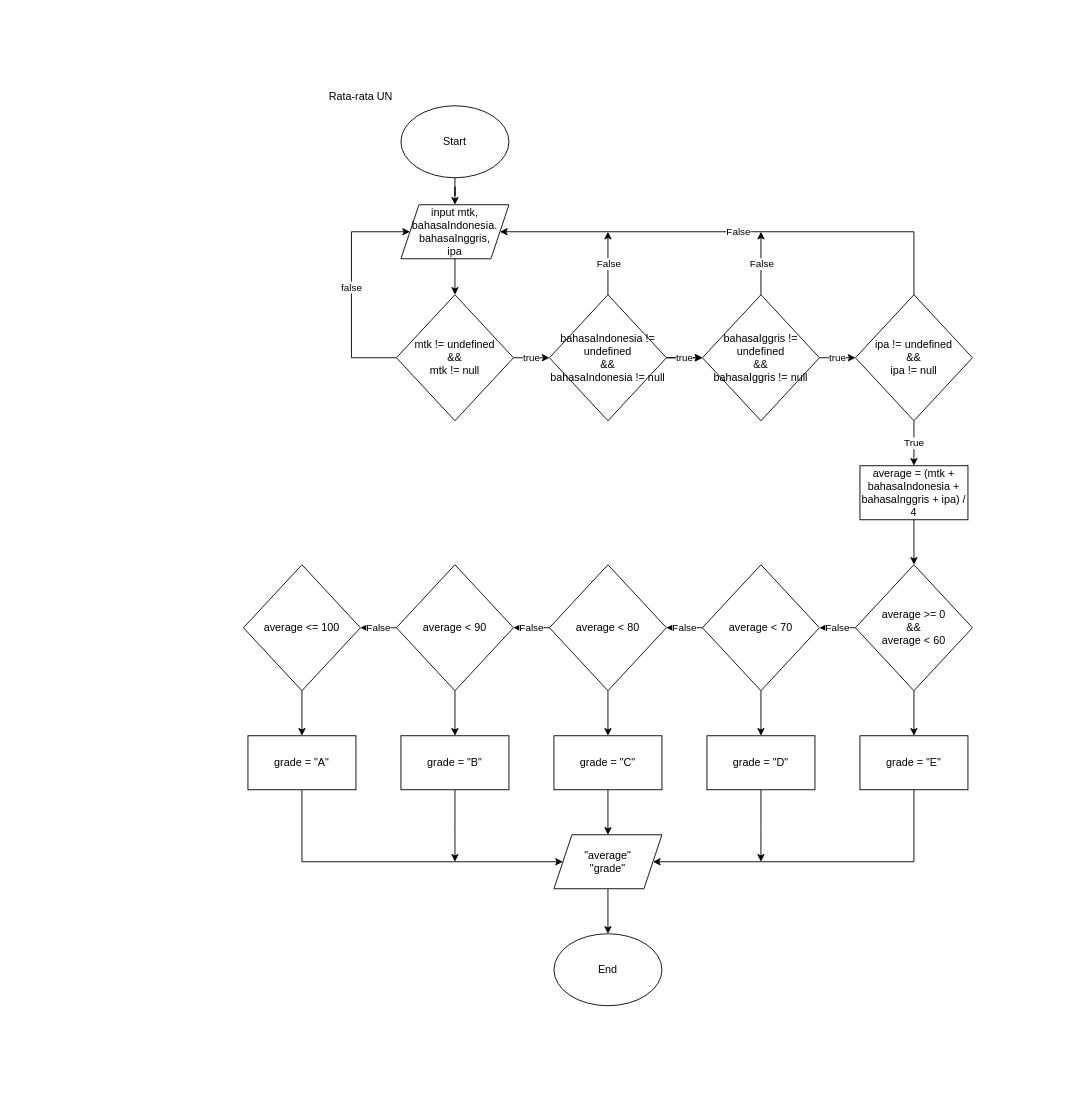
7shiroi/fw5-additional-flowchart keeps this draw.io diagram as average.drawio. Above is the earlier version. Source tidied: cells renumbered, new cells numbered last; positions are measured from the earlier drawing's top-left corner, leaving out a move shared by most shapes. Both pictures are drawn from the tidied source at 90%, with x=0, y=0 at pixel (243, 87).
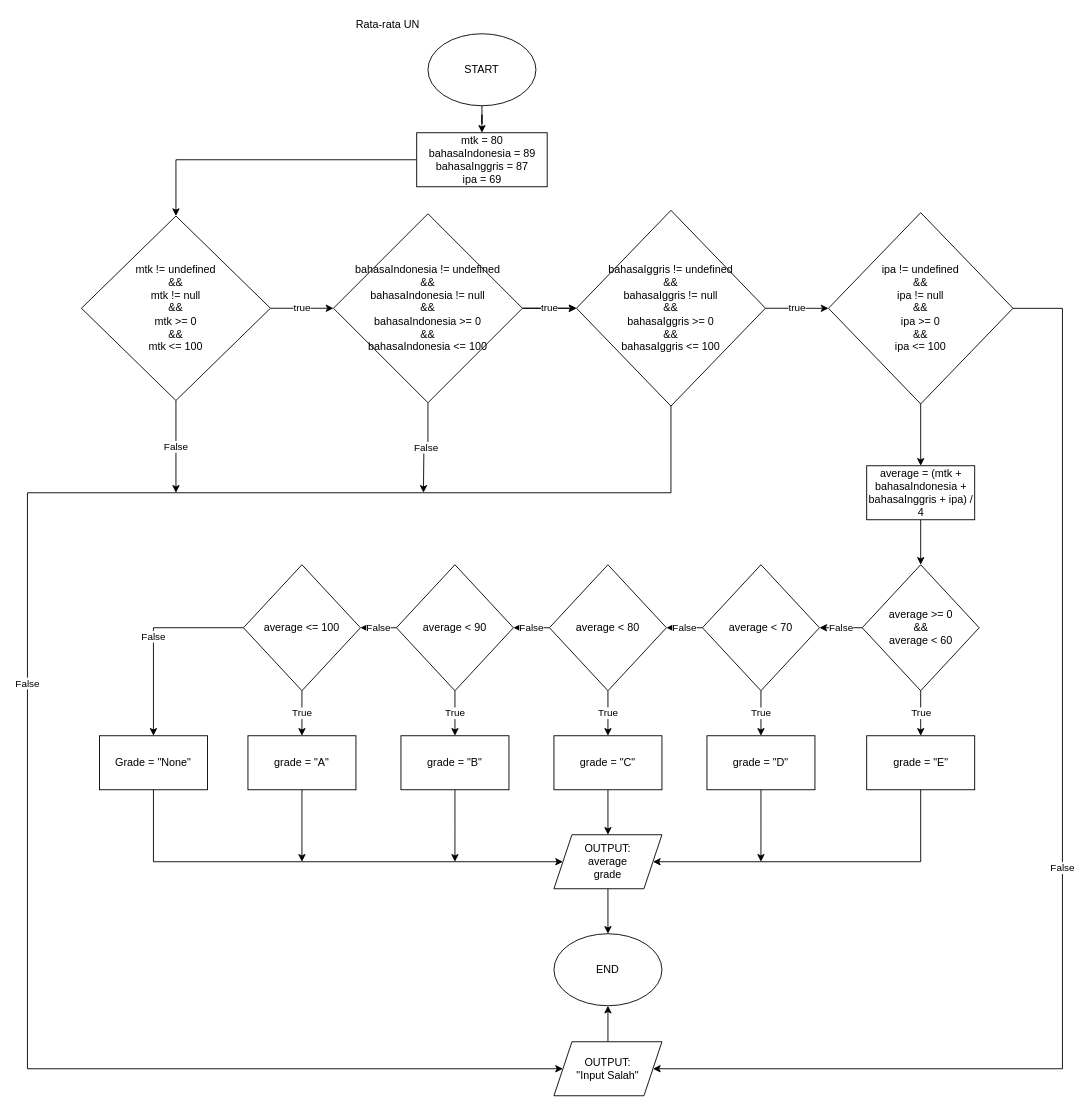
The same page after the edit.

Commit message (it also covers changes not shown here):
update after presentation

Unchanged cells that the change refers to:
```xml
<mxCell id="27" value="average &amp;lt; 70" style="rhombus;whiteSpace=wrap;html=1;" parent="1" vertex="1">
  <mxGeometry x="510" y="530" width="130" height="140" as="geometry" />
</mxCell>
<mxCell id="30" value="average &amp;lt; 80" style="rhombus;whiteSpace=wrap;html=1;" parent="1" vertex="1">
  <mxGeometry x="340" y="530" width="130" height="140" as="geometry" />
</mxCell>
<mxCell id="33" value="average &amp;lt; 90" style="rhombus;whiteSpace=wrap;html=1;" parent="1" vertex="1">
  <mxGeometry x="170" y="530" width="130" height="140" as="geometry" />
</mxCell>
<mxCell id="35" value="average &amp;lt;= 100" style="rhombus;whiteSpace=wrap;html=1;" parent="1" vertex="1">
  <mxGeometry y="530" width="130" height="140" as="geometry" />
</mxCell>
<mxCell id="39" value="grade = &quot;C&quot;" style="rounded=0;whiteSpace=wrap;html=1;" parent="1" vertex="1">
  <mxGeometry x="345" y="720" width="120" height="60" as="geometry" />
</mxCell>
<mxCell id="41" value="grade = &quot;D&quot;" style="rounded=0;whiteSpace=wrap;html=1;" parent="1" vertex="1">
  <mxGeometry x="515" y="720" width="120" height="60" as="geometry" />
</mxCell>
<mxCell id="43" value="grade = &quot;B&quot;" style="rounded=0;whiteSpace=wrap;html=1;" parent="1" vertex="1">
  <mxGeometry x="175" y="720" width="120" height="60" as="geometry" />
</mxCell>
<mxCell id="45" value="grade = &quot;A&quot;" style="rounded=0;whiteSpace=wrap;html=1;" parent="1" vertex="1">
  <mxGeometry x="5" y="720" width="120" height="60" as="geometry" />
</mxCell>
```

What changed in the source:
```diff
@@
-    <mxCell id="2" style="edgeStyle=orthogonalEdgeStyle;rounded=0;jettySize=auto;html=1;" parent="1" edge="1" source="3" target="7">
+    <mxCell id="2" style="edgeStyle=orthogonalEdgeStyle;rounded=0;jettySize=auto;html=1;" parent="1" edge="1" source="3" target="59">
       <mxGeometry relative="1" as="geometry" />
     </mxCell>
-    <mxCell id="3" value="Start" style="ellipse;whiteSpace=wrap;html=1;" parent="1" vertex="1">
-      <mxGeometry x="175" y="20" width="120" height="80" as="geometry" />
+    <mxCell id="3" value="START" style="ellipse;whiteSpace=wrap;html=1;" parent="1" vertex="1">
+      <mxGeometry x="205" y="-60" width="120" height="80" as="geometry" />
     </mxCell>
     <mxCell id="4" value="Rata-rata UN" style="text;html=1;align=center;verticalAlign=middle;strokeColor=none;fillColor=none;" parent="1" vertex="1">
-      <mxGeometry x="85" width="90" height="20" as="geometry" />
+      <mxGeometry x="115" y="-80" width="90" height="20" as="geometry" />
     </mxCell>
@@
     <mxCell id="6" value="average = (mtk + bahasaIndonesia + bahasaInggris + ipa) / 4" style="whiteSpace=wrap;html=1;" parent="1" vertex="1">
-      <mxGeometry x="685" y="420" width="120" height="60" as="geometry" />
+      <mxGeometry x="692.5" y="420" width="120" height="60" as="geometry" />
     </mxCell>
-    <mxCell id="7" value="input mtk, bahasaIndonesia. bahasaInggris,&lt;br&gt;ipa" style="shape=parallelogram;perimeter=parallelogramPerimeter;whiteSpace=wrap;html=1;fixedSize=1;" parent="1" vertex="1">
-      <mxGeometry x="175" y="130" width="120" height="60" as="geometry" />
-    </mxCell>
@@
-    <mxCell id="9" value="false" style="edgeStyle=orthogonalEdgeStyle;rounded=0;jettySize=auto;html=1;" parent="1" edge="1" source="10" target="7">
-      <mxGeometry relative="1" as="geometry">
-        <Array as="points">
-          <mxPoint x="120" y="300" />
-          <mxPoint x="120" y="160" />
-        </Array>
-      </mxGeometry>
-    </mxCell>
+    <mxCell id="49" value="False" style="edgeStyle=orthogonalEdgeStyle;rounded=0;jettySize=auto;html=1;" parent="1" edge="1" source="10">
+      <mxGeometry relative="1" as="geometry">
+        <mxPoint x="-75" y="450" as="targetPoint" />
+      </mxGeometry>
+    </mxCell>
-    <mxCell id="10" value="mtk != undefined &lt;br&gt;&amp;amp;&amp;amp; &lt;br&gt;mtk != null" style="rhombus;whiteSpace=wrap;html=1;" parent="1" vertex="1">
-      <mxGeometry x="170" y="230" width="130" height="140" as="geometry" />
+    <mxCell id="10" value="mtk != undefined &lt;br&gt;&amp;amp;&amp;amp; &lt;br&gt;mtk != null&lt;br&gt;&amp;amp;&amp;amp;&lt;br&gt;mtk &amp;gt;= 0&lt;br&gt;&amp;amp;&amp;amp;&lt;br&gt;mtk &amp;lt;= 100" style="rhombus;whiteSpace=wrap;html=1;" parent="1" vertex="1">
+      <mxGeometry x="-180" y="142.5" width="210" height="205" as="geometry" />
     </mxCell>
@@
-    <mxCell id="13" value="False" style="edgeStyle=orthogonalEdgeStyle;rounded=0;jettySize=auto;html=1;" parent="1" edge="1" source="14">
-      <mxGeometry relative="1" as="geometry">
-        <mxPoint x="405" y="160" as="targetPoint" />
-      </mxGeometry>
-    </mxCell>
+    <mxCell id="50" value="False" style="edgeStyle=orthogonalEdgeStyle;rounded=0;jettySize=auto;html=1;" parent="1" edge="1" source="14">
+      <mxGeometry relative="1" as="geometry">
+        <mxPoint x="200" y="450" as="targetPoint" />
+      </mxGeometry>
+    </mxCell>
-    <mxCell id="14" value="bahasaIndonesia != undefined &lt;br&gt;&amp;amp;&amp;amp; &lt;br&gt;bahasaIndonesia&amp;nbsp;!= null" style="rhombus;whiteSpace=wrap;html=1;" parent="1" vertex="1">
-      <mxGeometry x="340" y="230" width="130" height="140" as="geometry" />
+    <mxCell id="14" value="bahasaIndonesia != undefined &lt;br&gt;&amp;amp;&amp;amp; &lt;br&gt;bahasaIndonesia&amp;nbsp;!= null&lt;br&gt;&amp;amp;&amp;amp;&lt;br&gt;bahasaIndonesia&amp;nbsp;&amp;gt;= 0&lt;br&gt;&amp;amp;&amp;amp;&lt;br&gt;bahasaIndonesia&amp;nbsp;&amp;lt;= 100" style="rhombus;whiteSpace=wrap;html=1;" parent="1" vertex="1">
+      <mxGeometry x="100" y="140" width="210" height="210" as="geometry" />
     </mxCell>
@@
-    <mxCell id="16" value="False" style="edgeStyle=orthogonalEdgeStyle;rounded=0;jettySize=auto;html=1;" parent="1" edge="1" source="17">
-      <mxGeometry relative="1" as="geometry">
-        <mxPoint x="575" y="160" as="targetPoint" />
-      </mxGeometry>
-    </mxCell>
-    <mxCell id="17" value="bahasaIggris != undefined &lt;br&gt;&amp;amp;&amp;amp; &lt;br&gt;bahasaIggris != null" style="rhombus;whiteSpace=wrap;html=1;" parent="1" vertex="1">
-      <mxGeometry x="510" y="230" width="130" height="140" as="geometry" />
-    </mxCell>
-    <mxCell id="18" value="False" style="edgeStyle=orthogonalEdgeStyle;rounded=0;jettySize=auto;html=1;" parent="1" edge="1" source="20" target="7">
-      <mxGeometry relative="1" as="geometry">
-        <Array as="points">
-          <mxPoint x="745" y="160" />
-        </Array>
-      </mxGeometry>
-    </mxCell>
-    <mxCell id="19" value="True" style="edgeStyle=orthogonalEdgeStyle;rounded=0;jettySize=auto;html=1;entryX=0.5;entryY=0;entryDx=0;entryDy=0;" parent="1" edge="1" source="20" target="6">
+    <mxCell id="19" style="edgeStyle=orthogonalEdgeStyle;rounded=0;jettySize=auto;html=1;" parent="1" edge="1" source="20" target="6">
       <mxGeometry relative="1" as="geometry" />
     </mxCell>
+    <mxCell id="51" value="False" style="edgeStyle=orthogonalEdgeStyle;rounded=0;jettySize=auto;html=1;" parent="1" edge="1" source="20" target="58">
+      <mxGeometry relative="1" as="geometry">
+        <Array as="points">
+          <mxPoint x="910" y="245" />
+          <mxPoint x="910" y="1090" />
+        </Array>
+      </mxGeometry>
+    </mxCell>
-    <mxCell id="20" value="ipa != undefined &lt;br&gt;&amp;amp;&amp;amp; &lt;br&gt;ipa != null" style="rhombus;whiteSpace=wrap;html=1;" parent="1" vertex="1">
-      <mxGeometry x="680" y="230" width="130" height="140" as="geometry" />
+    <mxCell id="20" value="ipa != undefined &lt;br&gt;&amp;amp;&amp;amp; &lt;br&gt;ipa != null&lt;br&gt;&amp;amp;&amp;amp;&lt;br&gt;ipa &amp;gt;= 0&lt;br&gt;&amp;amp;&amp;amp;&lt;br&gt;ipa &amp;lt;= 100" style="rhombus;whiteSpace=wrap;html=1;" parent="1" vertex="1">
+      <mxGeometry x="650" y="138.8" width="205" height="212.5" as="geometry" />
     </mxCell>
-    <mxCell id="21" style="endArrow=classic;html=1;rounded=0;" parent="1" edge="1" source="7" target="10">
-      <mxGeometry relative="1" as="geometry" />
+    <mxCell id="21" style="endArrow=classic;html=1;rounded=0;" parent="1" edge="1" source="59" target="10">
+      <mxGeometry relative="1" as="geometry">
+        <Array as="points">
+          <mxPoint x="-75" y="80" />
+        </Array>
+      </mxGeometry>
     </mxCell>
@@
-    <mxCell id="23" style="edgeStyle=orthogonalEdgeStyle;rounded=0;jettySize=auto;html=1;" parent="1" edge="1" source="24" target="37">
+    <mxCell id="23" value="True" style="edgeStyle=orthogonalEdgeStyle;rounded=0;jettySize=auto;html=1;" parent="1" edge="1" source="24" target="37">
       <mxGeometry relative="1" as="geometry" />
     </mxCell>
     <mxCell id="24" value="average &amp;gt;= 0&lt;br&gt;&amp;amp;&amp;amp;&lt;br&gt;average &amp;lt; 60" style="rhombus;whiteSpace=wrap;html=1;" parent="1" vertex="1">
-      <mxGeometry x="680" y="530" width="130" height="140" as="geometry" />
+      <mxGeometry x="687.5" y="530" width="130" height="140" as="geometry" />
     </mxCell>
@@
-    <mxCell id="26" style="edgeStyle=orthogonalEdgeStyle;rounded=0;jettySize=auto;html=1;" parent="1" edge="1" source="27" target="41">
+    <mxCell id="26" value="True" style="edgeStyle=orthogonalEdgeStyle;rounded=0;jettySize=auto;html=1;" parent="1" edge="1" source="27" target="41">
       <mxGeometry relative="1" as="geometry" />
     </mxCell>
@@
-    <mxCell id="29" style="edgeStyle=orthogonalEdgeStyle;rounded=0;jettySize=auto;html=1;" parent="1" edge="1" source="30" target="39">
+    <mxCell id="29" value="True" style="edgeStyle=orthogonalEdgeStyle;rounded=0;jettySize=auto;html=1;" parent="1" edge="1" source="30" target="39">
       <mxGeometry relative="1" as="geometry" />
     </mxCell>
@@
-    <mxCell id="32" style="edgeStyle=orthogonalEdgeStyle;rounded=0;jettySize=auto;html=1;" parent="1" edge="1" source="33" target="43">
+    <mxCell id="32" value="True" style="edgeStyle=orthogonalEdgeStyle;rounded=0;jettySize=auto;html=1;" parent="1" edge="1" source="33" target="43">
       <mxGeometry relative="1" as="geometry" />
     </mxCell>
@@
-    <mxCell id="34" style="edgeStyle=orthogonalEdgeStyle;rounded=0;jettySize=auto;html=1;" parent="1" edge="1" source="35" target="45">
+    <mxCell id="34" value="True" style="edgeStyle=orthogonalEdgeStyle;rounded=0;jettySize=auto;html=1;" parent="1" edge="1" source="35" target="45">
       <mxGeometry relative="1" as="geometry" />
     </mxCell>
@@
     <mxCell id="36" style="edgeStyle=orthogonalEdgeStyle;rounded=0;jettySize=auto;html=1;entryX=1;entryY=0.5;entryDx=0;entryDy=0;" parent="1" edge="1" source="37" target="47">
       <mxGeometry relative="1" as="geometry">
         <Array as="points">
-          <mxPoint x="745" y="860" />
+          <mxPoint x="753" y="860" />
         </Array>
       </mxGeometry>
     </mxCell>
     <mxCell id="37" value="grade = &quot;E&quot;" style="rounded=0;whiteSpace=wrap;html=1;" parent="1" vertex="1">
-      <mxGeometry x="685" y="720" width="120" height="60" as="geometry" />
+      <mxGeometry x="692.5" y="720" width="120" height="60" as="geometry" />
     </mxCell>
@@
-    <mxCell id="44" style="edgeStyle=orthogonalEdgeStyle;rounded=0;jettySize=auto;html=1;" parent="1" edge="1" source="45" target="47">
-      <mxGeometry relative="1" as="geometry">
-        <Array as="points">
-          <mxPoint x="65" y="860" />
-        </Array>
-      </mxGeometry>
-    </mxCell>
+    <mxCell id="52" style="edgeStyle=orthogonalEdgeStyle;rounded=0;jettySize=auto;html=1;" parent="1" edge="1" source="45">
+      <mxGeometry relative="1" as="geometry">
+        <mxPoint x="65" y="860" as="targetPoint" />
+      </mxGeometry>
+    </mxCell>
@@
-    <mxCell id="47" value="&quot;average&quot;&lt;br&gt;&quot;grade&quot;" style="shape=parallelogram;perimeter=parallelogramPerimeter;whiteSpace=wrap;html=1;fixedSize=1;" parent="1" vertex="1">
+    <mxCell id="47" value="OUTPUT:&lt;br&gt;average&lt;br&gt;grade" style="shape=parallelogram;perimeter=parallelogramPerimeter;whiteSpace=wrap;html=1;fixedSize=1;" parent="1" vertex="1">
       <mxGeometry x="345" y="830" width="120" height="60" as="geometry" />
     </mxCell>
-    <mxCell id="48" value="End" style="ellipse;whiteSpace=wrap;html=1;" parent="1" vertex="1">
+    <mxCell id="48" value="END" style="ellipse;whiteSpace=wrap;html=1;" parent="1" vertex="1">
       <mxGeometry x="345" y="940" width="120" height="80" as="geometry" />
     </mxCell>
+    <mxCell id="53" style="edgeStyle=orthogonalEdgeStyle;rounded=0;jettySize=auto;html=1;entryX=0;entryY=0.5;entryDx=0;entryDy=0;" parent="1" edge="1" source="54" target="47">
+      <mxGeometry relative="1" as="geometry">
+        <Array as="points">
+          <mxPoint x="-100" y="860" />
+        </Array>
+      </mxGeometry>
+    </mxCell>
+    <mxCell id="54" value="Grade = &quot;None&quot;" style="rounded=0;whiteSpace=wrap;html=1;" parent="1" vertex="1">
+      <mxGeometry x="-160" y="720" width="120" height="60" as="geometry" />
+    </mxCell>
+    <mxCell id="55" value="False" style="endArrow=classic;html=1;rounded=0;" parent="1" edge="1" source="35" target="54">
+      <mxGeometry relative="1" as="geometry">
+        <Array as="points">
+          <mxPoint x="-100" y="600" />
+        </Array>
+      </mxGeometry>
+    </mxCell>
+    <mxCell id="56" value="False" style="edgeStyle=orthogonalEdgeStyle;rounded=0;jettySize=auto;html=1;" parent="1" edge="1" source="17" target="58">
+      <mxGeometry relative="1" as="geometry">
+        <Array as="points">
+          <mxPoint x="475" y="450" />
+          <mxPoint x="-240" y="450" />
+          <mxPoint x="-240" y="1090" />
+        </Array>
+      </mxGeometry>
+    </mxCell>
+    <mxCell id="17" value="bahasaIggris != undefined &lt;br&gt;&amp;amp;&amp;amp; &lt;br&gt;bahasaIggris != null&lt;br&gt;&amp;amp;&amp;amp;&lt;br&gt;bahasaIggris &amp;gt;= 0&lt;br&gt;&amp;amp;&amp;amp;&lt;br&gt;bahasaIggris &amp;lt;= 100" style="rhombus;whiteSpace=wrap;html=1;" parent="1" vertex="1">
+      <mxGeometry x="370" y="136.2" width="210" height="217.5" as="geometry" />
+    </mxCell>
+    <mxCell id="57" style="edgeStyle=orthogonalEdgeStyle;rounded=0;jettySize=auto;html=1;" parent="1" edge="1" source="58" target="48">
+      <mxGeometry relative="1" as="geometry" />
+    </mxCell>
+    <mxCell id="58" value="OUTPUT:&lt;br&gt;&quot;Input Salah&quot;" style="shape=parallelogram;perimeter=parallelogramPerimeter;whiteSpace=wrap;html=1;fixedSize=1;" parent="1" vertex="1">
+      <mxGeometry x="345" y="1060" width="120" height="60" as="geometry" />
+    </mxCell>
+    <mxCell id="59" value="mtk = 80&lt;br&gt;bahasaIndonesia = 89&lt;br&gt;bahasaInggris = 87&lt;br&gt;ipa = 69" style="rounded=0;whiteSpace=wrap;html=1;" parent="1" vertex="1">
+      <mxGeometry x="192.5" y="50" width="145" height="60" as="geometry" />
+    </mxCell>
```
